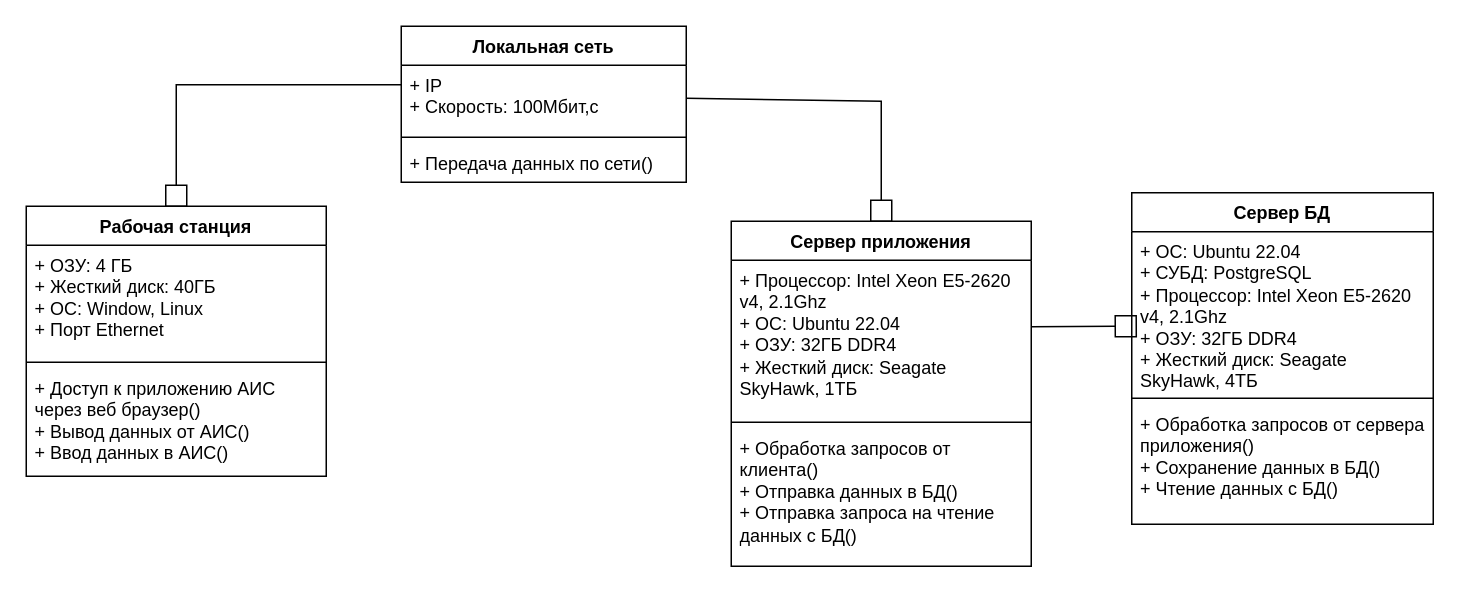
Before: Определение проекта АИС.drawio in hiff0/db-city-council, a draw.io diagram. Source tidied: cells renumbered, new cells numbered last; positions are measured from the earlier drawing's top-left corner, leaving out a move shared by most shapes. Both pictures are drawn from the tidied source at 150%, with x=0, y=0 at pixel (26, 26).
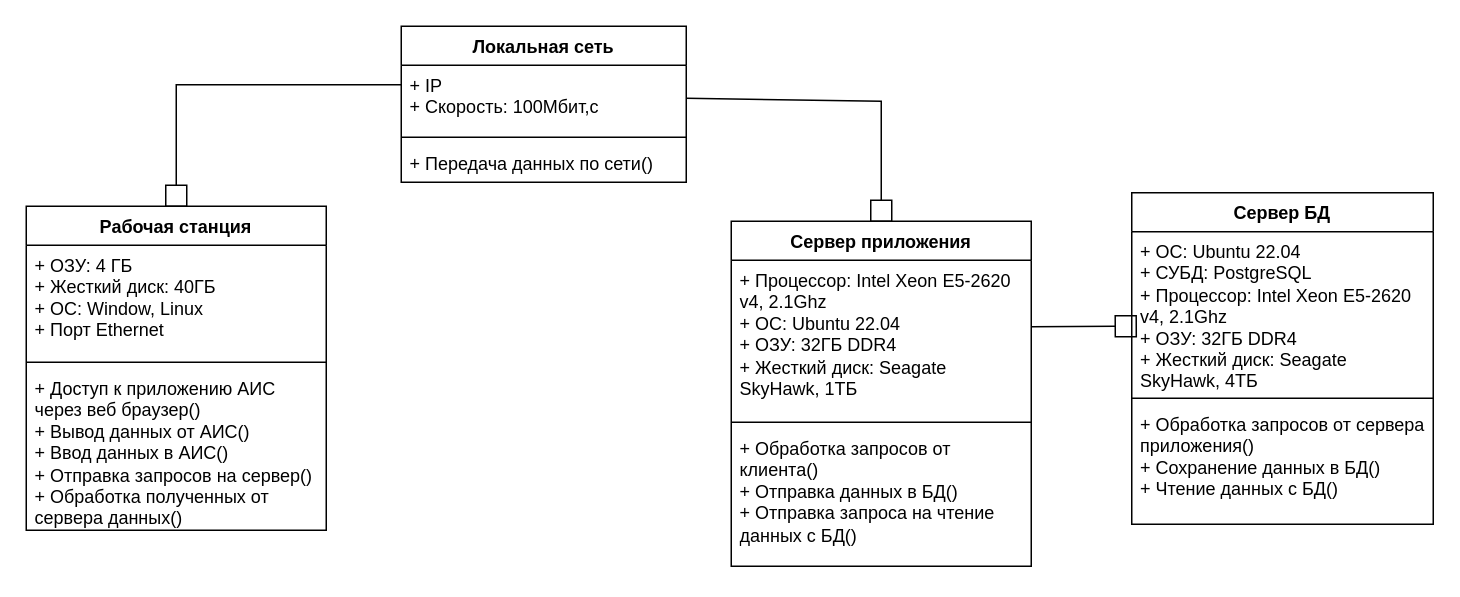
Above is the later version.

What changed in the source:
```diff
@@
     <mxCell id="6" value="Рабочая станция" style="swimlane;fontStyle=1;align=center;verticalAlign=top;horizontal=1;startSize=26;whiteSpace=wrap;html=1;" parent="1" vertex="1">
-      <mxGeometry y="120" width="200" height="180" as="geometry" />
+      <mxGeometry y="120" width="200" height="216" as="geometry" />
     </mxCell>
@@
-    <mxCell id="9" value="+ Доступ к приложению АИС через веб браузер()&lt;div&gt;+ Вывод данных от АИС()&lt;/div&gt;&lt;div&gt;+ Ввод данных в АИС()&lt;/div&gt;" style="text;strokeColor=none;fillColor=none;align=left;verticalAlign=top;spacingLeft=4;spacingRight=4;overflow=hidden;whiteSpace=wrap;html=1;" parent="6" vertex="1">
-      <mxGeometry y="108" width="200" height="72" as="geometry" />
+    <mxCell id="9" value="+ Доступ к приложению АИС через веб браузер()&lt;div&gt;+ Вывод данных от АИС()&lt;/div&gt;&lt;div&gt;+ Ввод данных в АИС()&lt;/div&gt;&lt;div&gt;+ Отправка запросов на сервер()&lt;/div&gt;&lt;div&gt;+ Обработка полученных от сервера данных()&lt;/div&gt;" style="text;strokeColor=none;fillColor=none;align=left;verticalAlign=top;spacingLeft=4;spacingRight=4;overflow=hidden;whiteSpace=wrap;html=1;" parent="6" vertex="1">
+      <mxGeometry y="108" width="200" height="108" as="geometry" />
     </mxCell>
```
